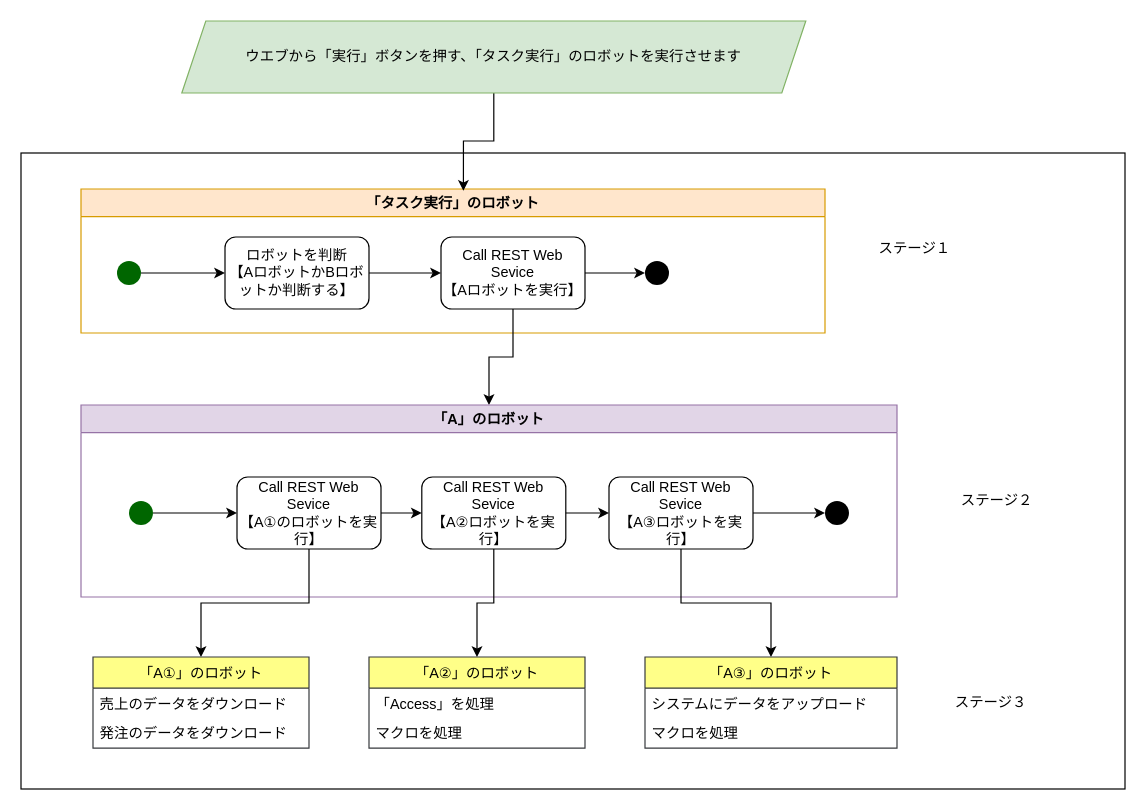
thanhnt0804/hello keeps this draw.io diagram as API連携流れ.drawio. Above is the earlier version. Source tidied: cells renumbered, new cells numbered last; positions are measured from the earlier drawing's top-left corner, leaving out a move shared by most shapes. Both pictures are drawn from the tidied source at 120%, with x=0, y=0 at pixel (20, 20).
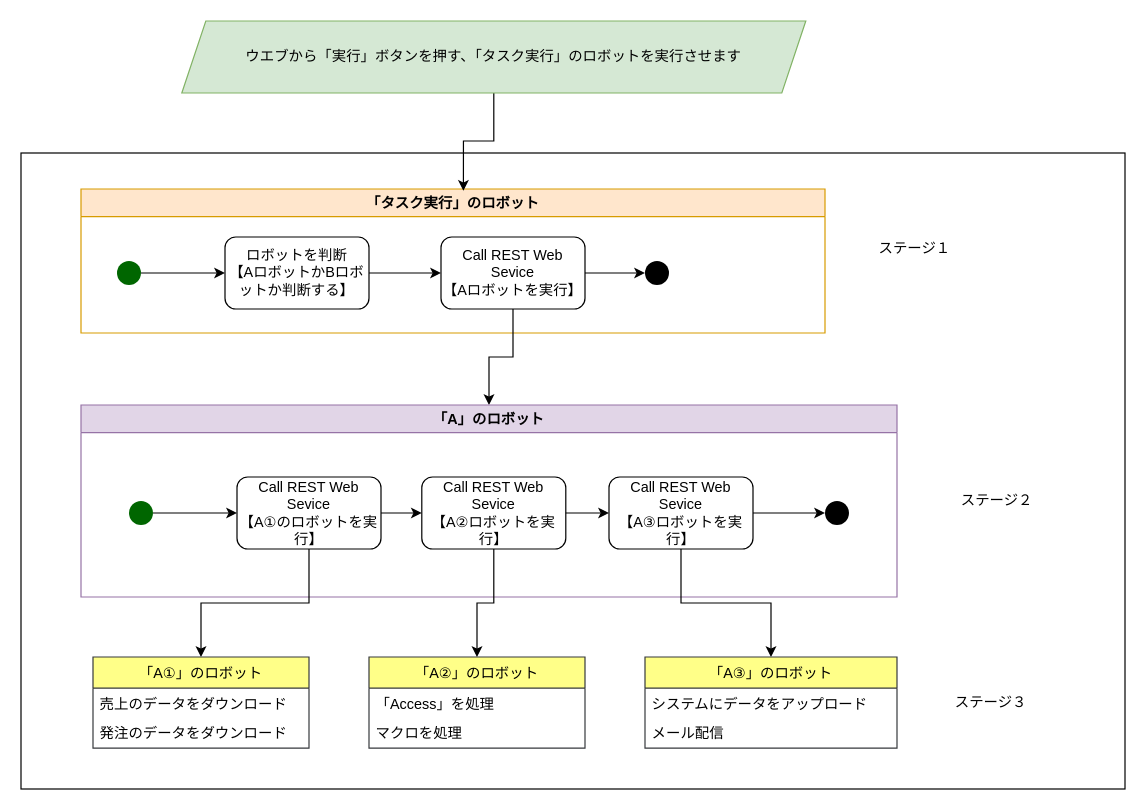
Above is the later version.

The change refers to these unchanged cells:
```xml
<mxCell id="30" value="「A③」のロボット" style="swimlane;fontStyle=0;horizontal=1;startSize=26;fillColor=#ffff88;strokeColor=#36393d;" parent="1" vertex="1">
  <mxGeometry x="520" y="530" width="210" height="76" as="geometry" />
</mxCell>
```

What changed in the source:
```diff
@@
-    <mxCell id="32" value="マクロを処理" style="text;strokeColor=none;fillColor=none;align=left;verticalAlign=top;spacingLeft=4;spacingRight=4;overflow=hidden;" parent="30" vertex="1">
+    <mxCell id="32" value="メール配信" style="text;strokeColor=none;fillColor=none;align=left;verticalAlign=top;spacingLeft=4;spacingRight=4;overflow=hidden;" parent="30" vertex="1">
       <mxGeometry y="50" width="210" height="26" as="geometry" />
     </mxCell>
```
